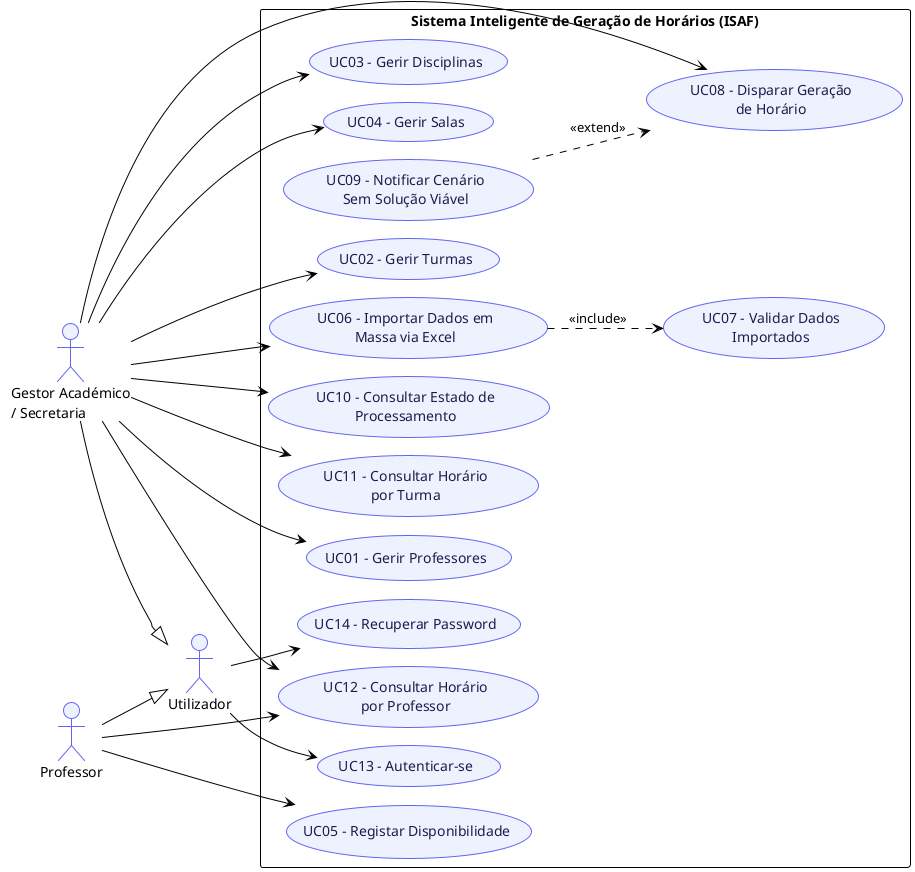
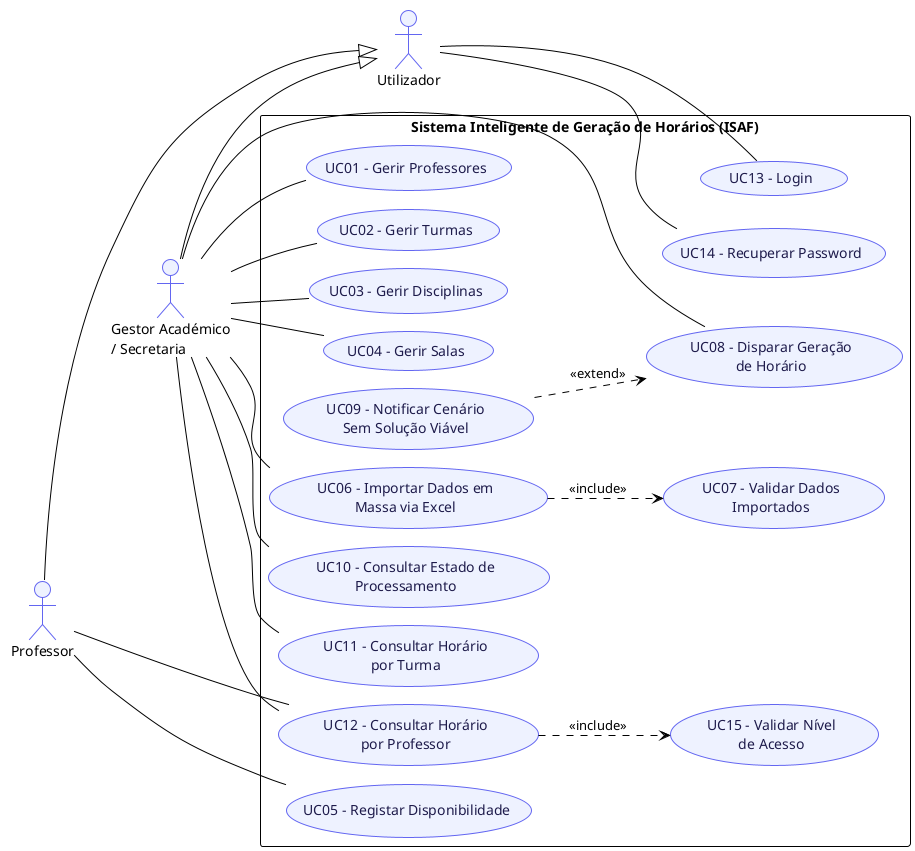
@startuml usecase
!pragma layout smetana
!theme plain
skinparam backgroundColor white
skinparam actor {
  BorderColor #6366F1
  BackgroundColor #EEF2FF
}
skinparam usecase {
  BorderColor #6366F1
  BackgroundColor #EEF2FF
  FontColor #1E1B4B
}
left to right direction

actor "Utilizador" as Utilizador
actor "Gestor Académico\n/ Secretaria" as Gestor
actor "Professor" as Professor

Gestor --|> Utilizador
Professor --|> Utilizador

rectangle "Sistema Inteligente de Geração de Horários (ISAF)" {
+   usecase "UC13 - Login" as UC13
+   usecase "UC14 - Recuperar Password" as UC14
+ 
  usecase "UC01 - Gerir Professores" as UC01
  usecase "UC02 - Gerir Turmas" as UC02
  usecase "UC03 - Gerir Disciplinas" as UC03
  usecase "UC04 - Gerir Salas" as UC04
  usecase "UC05 - Registar Disponibilidade" as UC05
  usecase "UC06 - Importar Dados em\nMassa via Excel" as UC06
  usecase "UC07 - Validar Dados\nImportados" as UC07
  usecase "UC08 - Disparar Geração\nde Horário" as UC08
  usecase "UC09 - Notificar Cenário\nSem Solução Viável" as UC09
  usecase "UC10 - Consultar Estado de\nProcessamento" as UC10
  usecase "UC11 - Consultar Horário\npor Turma" as UC11
  usecase "UC12 - Consultar Horário\npor Professor" as UC12
-   usecase "UC13 - Autenticar-se" as UC13
-   usecase "UC14 - Recuperar Password" as UC14
+   usecase "UC15 - Validar Nível\nde Acesso" as UC15
}

- Gestor --> UC01
- Gestor --> UC02
- Gestor --> UC03
- Gestor --> UC04
- Gestor --> UC06
- Gestor --> UC08
- Gestor --> UC10
- Gestor --> UC11
- Gestor --> UC12
+ Utilizador -- UC13
+ Utilizador -- UC14

- Professor --> UC05
- Professor --> UC12
+ Gestor -- UC01
+ Gestor -- UC02
+ Gestor -- UC03
+ Gestor -- UC04
+ Gestor -- UC06
+ Gestor -- UC08
+ Gestor -- UC10
+ Gestor -- UC11
+ Gestor -- UC12

- Utilizador --> UC13
- Utilizador --> UC14
+ Professor -- UC05
+ Professor -- UC12

UC06 ..> UC07 : <<include>>
UC09 ..> UC08 : <<extend>>
+ UC12 ..> UC15 : <<include>>
+ 
+ Utilizador -[hidden]up- Gestor
+ Gestor -[hidden]up- Professor
+ UC13 -[hidden]up- UC03
+ UC14 -[hidden]up- UC04

@enduml
